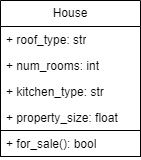
JhunBrian/ICT-111 keeps this draw.io diagram as figures/class diagram.png. Above is the earlier version. Source tidied: cells renumbered, new cells last; positions are measured from the earlier drawing's top-left corner, leaving out a move shared by most shapes. Its diagram source:
```xml
<mxGraphModel>
  <root>
    <mxCell id="0" />
    <mxCell id="1" parent="0" />
    <mxCell id="2" value="House" style="swimlane;fontStyle=0;horizontal=1;startSize=26;fillColor=none;whiteSpace=wrap;html=1;" parent="1" vertex="1">
      <mxGeometry width="140" height="156" as="geometry" />
    </mxCell>
    <mxCell id="3" value="+ roof_type: str" style="text;strokeColor=none;fillColor=none;align=left;verticalAlign=top;spacingLeft=4;spacingRight=4;overflow=hidden;whiteSpace=wrap;html=1;" parent="2" vertex="1">
      <mxGeometry y="26" width="140" height="26" as="geometry" />
    </mxCell>
    <mxCell id="4" value="+ num_rooms: int" style="text;strokeColor=none;fillColor=none;align=left;verticalAlign=top;spacingLeft=4;spacingRight=4;overflow=hidden;whiteSpace=wrap;html=1;" parent="2" vertex="1">
      <mxGeometry y="52" width="140" height="26" as="geometry" />
    </mxCell>
    <mxCell id="5" value="+ kitchen_type: str" style="text;strokeColor=none;fillColor=none;align=left;verticalAlign=top;spacingLeft=4;spacingRight=4;overflow=hidden;whiteSpace=wrap;html=1;" parent="2" vertex="1">
      <mxGeometry y="78" width="140" height="26" as="geometry" />
    </mxCell>
    <mxCell id="6" value="+ property_size: float" style="text;strokeColor=none;fillColor=none;align=left;verticalAlign=top;spacingLeft=4;spacingRight=4;overflow=hidden;whiteSpace=wrap;html=1;" parent="2" vertex="1">
      <mxGeometry y="104" width="140" height="26" as="geometry" />
    </mxCell>
    <mxCell id="7" value="+ for_sale(): bool" style="text;strokeColor=default;fillColor=none;align=left;verticalAlign=top;spacingLeft=4;spacingRight=4;overflow=hidden;whiteSpace=wrap;html=1;" parent="2" vertex="1">
      <mxGeometry y="130" width="140" height="26" as="geometry" />
    </mxCell>
  </root>
</mxGraphModel>
```
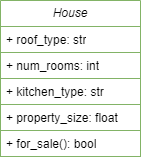
After the change.

The edit, as a diff of the source:
```diff
@@ -2,22 +2,22 @@
   <root>
     <mxCell id="0" />
     <mxCell id="1" parent="0" />
-    <mxCell id="2" value="House" style="swimlane;fontStyle=0;horizontal=1;startSize=26;fillColor=none;whiteSpace=wrap;html=1;" parent="1" vertex="1">
+    <mxCell id="2" value="&lt;i&gt;House&lt;/i&gt;" style="swimlane;fontStyle=0;horizontal=1;startSize=26;fillColor=none;whiteSpace=wrap;html=1;strokeColor=#82b366;" parent="1" vertex="1">
       <mxGeometry width="140" height="156" as="geometry" />
     </mxCell>
-    <mxCell id="3" value="+ roof_type: str" style="text;strokeColor=none;fillColor=none;align=left;verticalAlign=top;spacingLeft=4;spacingRight=4;overflow=hidden;whiteSpace=wrap;html=1;" parent="2" vertex="1">
+    <mxCell id="3" value="+ roof_type: str" style="text;strokeColor=#82b366;fillColor=none;align=left;verticalAlign=top;spacingLeft=4;spacingRight=4;overflow=hidden;whiteSpace=wrap;html=1;" parent="2" vertex="1">
       <mxGeometry y="26" width="140" height="26" as="geometry" />
     </mxCell>
-    <mxCell id="4" value="+ num_rooms: int" style="text;strokeColor=none;fillColor=none;align=left;verticalAlign=top;spacingLeft=4;spacingRight=4;overflow=hidden;whiteSpace=wrap;html=1;" parent="2" vertex="1">
+    <mxCell id="4" value="+ num_rooms: int" style="text;strokeColor=#82b366;fillColor=none;align=left;verticalAlign=top;spacingLeft=4;spacingRight=4;overflow=hidden;whiteSpace=wrap;html=1;" parent="2" vertex="1">
       <mxGeometry y="52" width="140" height="26" as="geometry" />
     </mxCell>
-    <mxCell id="5" value="+ kitchen_type: str" style="text;strokeColor=none;fillColor=none;align=left;verticalAlign=top;spacingLeft=4;spacingRight=4;overflow=hidden;whiteSpace=wrap;html=1;" parent="2" vertex="1">
+    <mxCell id="5" value="+ kitchen_type: str" style="text;strokeColor=#82b366;fillColor=none;align=left;verticalAlign=top;spacingLeft=4;spacingRight=4;overflow=hidden;whiteSpace=wrap;html=1;" parent="2" vertex="1">
       <mxGeometry y="78" width="140" height="26" as="geometry" />
     </mxCell>
-    <mxCell id="6" value="+ property_size: float" style="text;strokeColor=none;fillColor=none;align=left;verticalAlign=top;spacingLeft=4;spacingRight=4;overflow=hidden;whiteSpace=wrap;html=1;" parent="2" vertex="1">
+    <mxCell id="6" value="+ property_size: float" style="text;strokeColor=#82b366;fillColor=none;align=left;verticalAlign=top;spacingLeft=4;spacingRight=4;overflow=hidden;whiteSpace=wrap;html=1;" parent="2" vertex="1">
       <mxGeometry y="104" width="140" height="26" as="geometry" />
     </mxCell>
-    <mxCell id="7" value="+ for_sale(): bool" style="text;strokeColor=default;fillColor=none;align=left;verticalAlign=top;spacingLeft=4;spacingRight=4;overflow=hidden;whiteSpace=wrap;html=1;" parent="2" vertex="1">
+    <mxCell id="7" value="+ for_sale(): bool" style="text;strokeColor=#82b366;fillColor=none;align=left;verticalAlign=top;spacingLeft=4;spacingRight=4;overflow=hidden;whiteSpace=wrap;html=1;" parent="2" vertex="1">
       <mxGeometry y="130" width="140" height="26" as="geometry" />
     </mxCell>
   </root>
```
